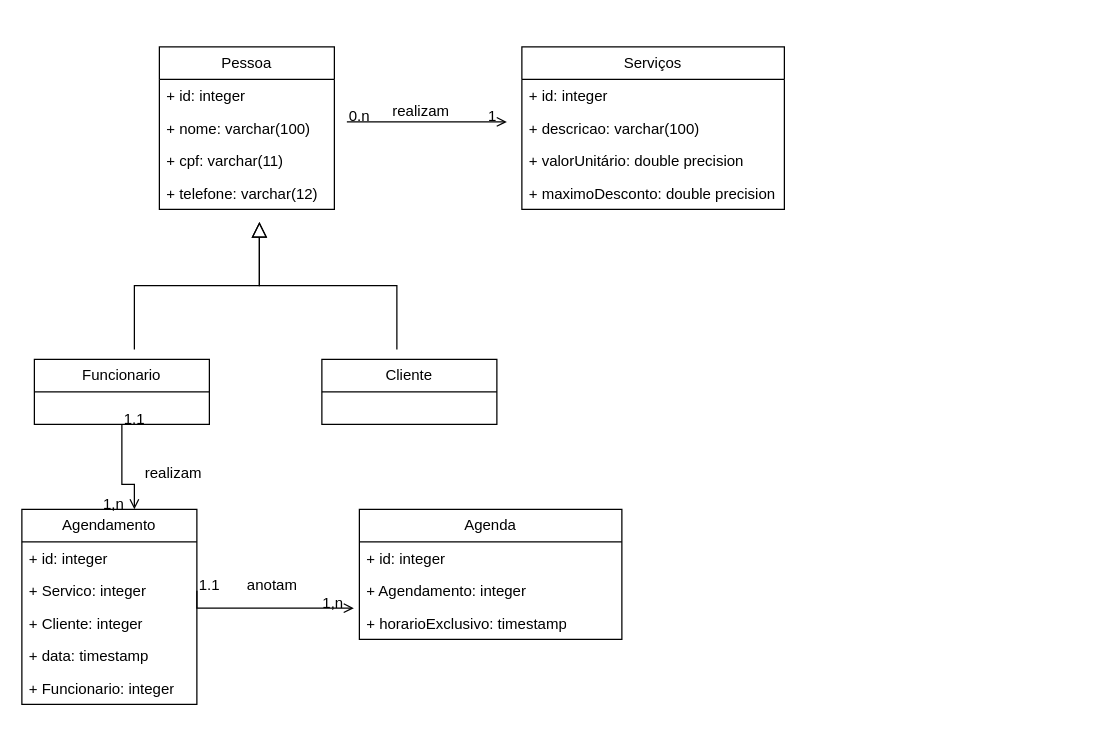
The draw.io diagram UMLSalaoBeleza.drawio in GabrieliBrandalise/ProjetoLPOOE1_GabrieliGranjaBrandalise, before the edit. Source tidied: cells renumbered, new cells numbered last; positions are measured from the earlier drawing's top-left corner, leaving out a move shared by most shapes. Both pictures are drawn from the tidied source at 125%, with x=0, y=0 at pixel (21, 46).
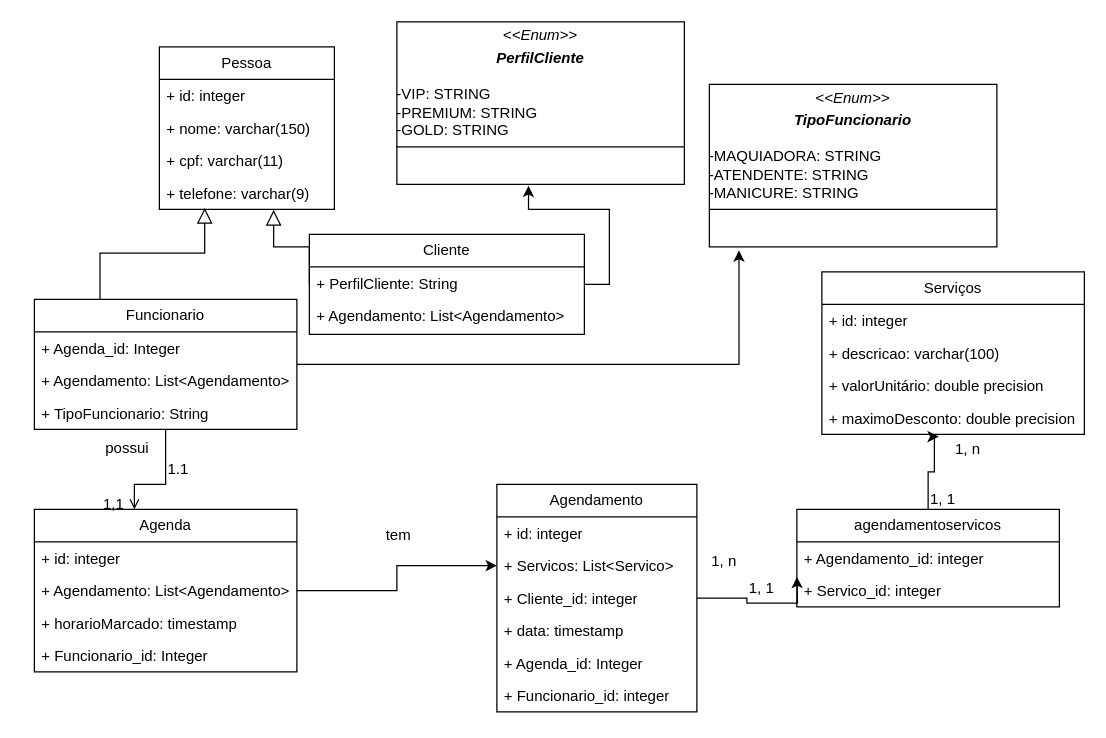
The same diagram, later.

The change refers to these unchanged cells:
```xml
<mxCell id="8" value="Pessoa" style="swimlane;fontStyle=0;horizontal=1;startSize=26;fillColor=none;whiteSpace=wrap;html=1;" parent="1" vertex="1">
  <mxGeometry x="110" width="140" height="130" as="geometry" />
</mxCell>
<mxCell id="29" value="+ maximoDesconto: double precision" style="text;strokeColor=none;fillColor=none;align=left;verticalAlign=top;spacingLeft=4;spacingRight=4;overflow=hidden;points=[[0,0.5],[1,0.5]];portConstraint=eastwest;whiteSpace=wrap;html=1;" parent="25" vertex="1">
  <mxGeometry y="104" width="210" height="26" as="geometry" />
</mxCell>
<mxCell id="30" style="endArrow=open;shadow=0;strokeWidth=1;rounded=0;curved=0;endFill=1;edgeStyle=elbowEdgeStyle;elbow=vertical;exitX=0.5;exitY=1;exitDx=0;exitDy=0;" parent="1" edge="1" source="13">
  <mxGeometry x="0.5" y="41" relative="1" as="geometry">
    <mxPoint x="90" y="370" as="targetPoint" />
    <Array as="points">
      <mxPoint x="90" y="350" />
    </Array>
    <mxPoint x="-40" y="32" as="offset" />
  </mxGeometry>
</mxCell>
```

Diff of the diagram source:
```diff
@@
-    <mxCell id="2" style="endArrow=block;endSize=10;endFill=0;shadow=0;strokeWidth=1;rounded=0;curved=0;edgeStyle=elbowEdgeStyle;elbow=vertical;" parent="1" edge="1">
-      <mxGeometry relative="1" as="geometry">
-        <mxPoint x="90" y="242" as="sourcePoint" />
-        <mxPoint x="190" y="140" as="targetPoint" />
-      </mxGeometry>
+    <mxCell id="2" style="endArrow=block;endSize=10;endFill=0;shadow=0;strokeWidth=1;rounded=0;curved=0;edgeStyle=elbowEdgeStyle;elbow=vertical;exitX=0.25;exitY=0;exitDx=0;exitDy=0;entryX=0.259;entryY=0.954;entryDx=0;entryDy=0;entryPerimeter=0;" parent="1" edge="1" source="13" target="12">
+      <mxGeometry relative="1" as="geometry" />
     </mxCell>
-    <mxCell id="3" style="endArrow=block;endSize=10;endFill=0;shadow=0;strokeWidth=1;rounded=0;curved=0;edgeStyle=elbowEdgeStyle;elbow=vertical;" parent="1" edge="1">
+    <mxCell id="3" style="endArrow=block;endSize=10;endFill=0;shadow=0;strokeWidth=1;rounded=0;curved=0;edgeStyle=elbowEdgeStyle;elbow=vertical;exitX=0;exitY=0.5;exitDx=0;exitDy=0;entryX=0.653;entryY=1.015;entryDx=0;entryDy=0;entryPerimeter=0;" parent="1" edge="1" source="14" target="12">
       <mxGeometry relative="1" as="geometry">
-        <mxPoint x="300" y="242" as="sourcePoint" />
-        <mxPoint x="190" y="140" as="targetPoint" />
+        <Array as="points">
+          <mxPoint x="200" y="160" />
+        </Array>
       </mxGeometry>
     </mxCell>
-    <mxCell id="4" style="endArrow=open;shadow=0;strokeWidth=1;rounded=0;curved=0;endFill=1;edgeStyle=elbowEdgeStyle;elbow=horizontal;" parent="1" edge="1">
-      <mxGeometry x="0.5" y="41" relative="1" as="geometry">
-        <mxPoint x="260" y="60" as="sourcePoint" />
-        <mxPoint x="388" y="60" as="targetPoint" />
-        <mxPoint x="-40" y="32" as="offset" />
-      </mxGeometry>
-    </mxCell>
-    <mxCell id="5" value="0.n" style="align=left;verticalAlign=bottom;labelBackgroundColor=none;fontSize=12;" parent="4" vertex="1">
-      <mxGeometry x="-1" relative="1" as="geometry">
-        <mxPoint y="4" as="offset" />
-      </mxGeometry>
-    </mxCell>
-    <mxCell id="6" value="1" style="align=right;verticalAlign=bottom;labelBackgroundColor=none;fontSize=12;" parent="4" vertex="1">
-      <mxGeometry x="1" relative="1" as="geometry">
-        <mxPoint x="-7" y="4" as="offset" />
-      </mxGeometry>
-    </mxCell>
-    <mxCell id="7" value="realizam" style="text;html=1;align=center;verticalAlign=middle;labelBackgroundColor=none;rounded=0;shadow=0;strokeWidth=1;fontSize=12;" parent="4" vertex="1">
-      <mxGeometry x="0.5" y="49" relative="1" as="geometry">
-        <mxPoint x="-38" y="40" as="offset" />
-      </mxGeometry>
-    </mxCell>
@@
-    <mxCell id="10" value="+ nome: varchar(100)" style="text;strokeColor=none;fillColor=none;align=left;verticalAlign=top;spacingLeft=4;spacingRight=4;overflow=hidden;whiteSpace=wrap;html=1;" parent="8" vertex="1">
+    <mxCell id="10" value="+ nome: varchar(150)" style="text;strokeColor=none;fillColor=none;align=left;verticalAlign=top;spacingLeft=4;spacingRight=4;overflow=hidden;whiteSpace=wrap;html=1;" parent="8" vertex="1">
       <mxGeometry y="52" width="140" height="26" as="geometry" />
     </mxCell>
@@
-    <mxCell id="12" value="+ telefone: varchar(12)" style="text;strokeColor=none;fillColor=none;align=left;verticalAlign=top;spacingLeft=4;spacingRight=4;overflow=hidden;points=[[0,0.5],[1,0.5]];portConstraint=eastwest;whiteSpace=wrap;html=1;" parent="8" vertex="1">
+    <mxCell id="12" value="+ telefone: varchar(9)" style="text;strokeColor=none;fillColor=none;align=left;verticalAlign=top;spacingLeft=4;spacingRight=4;overflow=hidden;points=[[0,0.5],[1,0.5]];portConstraint=eastwest;whiteSpace=wrap;html=1;" parent="8" vertex="1">
       <mxGeometry y="104" width="140" height="26" as="geometry" />
     </mxCell>
     <mxCell id="13" value="Funcionario" style="swimlane;fontStyle=0;horizontal=1;startSize=26;fillColor=none;whiteSpace=wrap;html=1;" parent="1" vertex="1">
-      <mxGeometry x="10" y="250" width="140" height="52" as="geometry" />
+      <mxGeometry x="10" y="202" width="210" height="104" as="geometry" />
     </mxCell>
+    <mxCell id="38" value="+ Agenda_id: Integer" style="text;strokeColor=none;fillColor=none;align=left;verticalAlign=top;spacingLeft=4;spacingRight=4;overflow=hidden;whiteSpace=wrap;html=1;" parent="13" vertex="1">
+      <mxGeometry y="26" width="210" height="26" as="geometry" />
+    </mxCell>
+    <mxCell id="39" value="+ Agendamento: List&amp;lt;Agendamento&amp;gt;" style="text;strokeColor=none;fillColor=none;align=left;verticalAlign=top;spacingLeft=4;spacingRight=4;overflow=hidden;whiteSpace=wrap;html=1;" parent="13" vertex="1">
+      <mxGeometry y="52" width="210" height="26" as="geometry" />
+    </mxCell>
+    <mxCell id="40" value="+ TipoFuncionario: String" style="text;strokeColor=none;fillColor=none;align=left;verticalAlign=top;spacingLeft=4;spacingRight=4;overflow=hidden;whiteSpace=wrap;html=1;" parent="13" vertex="1">
+      <mxGeometry y="78" width="210" height="26" as="geometry" />
+    </mxCell>
     <mxCell id="14" value="Cliente" style="swimlane;fontStyle=0;horizontal=1;startSize=26;fillColor=none;whiteSpace=wrap;html=1;" parent="1" vertex="1">
-      <mxGeometry x="240" y="250" width="140" height="52" as="geometry" />
+      <mxGeometry x="230" y="150" width="220" height="80" as="geometry" />
     </mxCell>
+    <mxCell id="41" value="+ PerfilCliente: String" style="text;strokeColor=none;fillColor=none;align=left;verticalAlign=top;spacingLeft=4;spacingRight=4;overflow=hidden;whiteSpace=wrap;html=1;" parent="14" vertex="1">
+      <mxGeometry y="26" width="220" height="26" as="geometry" />
+    </mxCell>
+    <mxCell id="42" value="+ Agendamento: List&amp;lt;Agendamento&amp;gt;" style="text;strokeColor=none;fillColor=none;align=left;verticalAlign=top;spacingLeft=4;spacingRight=4;overflow=hidden;whiteSpace=wrap;html=1;" parent="14" vertex="1">
+      <mxGeometry y="52" width="220" height="28" as="geometry" />
+    </mxCell>
     <mxCell id="15" value="Agendamento" style="swimlane;fontStyle=0;horizontal=1;startSize=26;fillColor=none;whiteSpace=wrap;html=1;" parent="1" vertex="1">
-      <mxGeometry y="370" width="140" height="156" as="geometry" />
+      <mxGeometry x="380" y="350" width="160" height="182" as="geometry" />
     </mxCell>
     <mxCell id="16" value="+ id: integer" style="text;strokeColor=none;fillColor=none;align=left;verticalAlign=top;spacingLeft=4;spacingRight=4;overflow=hidden;whiteSpace=wrap;html=1;" parent="15" vertex="1">
-      <mxGeometry y="26" width="140" height="26" as="geometry" />
+      <mxGeometry y="26" width="160" height="26" as="geometry" />
     </mxCell>
-    <mxCell id="17" value="+ Servico: integer" style="text;strokeColor=none;fillColor=none;align=left;verticalAlign=top;spacingLeft=4;spacingRight=4;overflow=hidden;points=[[0,0.5],[1,0.5]];portConstraint=eastwest;whiteSpace=wrap;html=1;" parent="15" vertex="1">
-      <mxGeometry y="52" width="140" height="26" as="geometry" />
+    <mxCell id="17" value="+ Servicos: List&amp;lt;Servico&amp;gt;" style="text;strokeColor=none;fillColor=none;align=left;verticalAlign=top;spacingLeft=4;spacingRight=4;overflow=hidden;points=[[0,0.5],[1,0.5]];portConstraint=eastwest;whiteSpace=wrap;html=1;" parent="15" vertex="1">
+      <mxGeometry y="52" width="160" height="26" as="geometry" />
     </mxCell>
-    <mxCell id="18" value="+ Cliente: integer" style="text;strokeColor=none;fillColor=none;align=left;verticalAlign=top;spacingLeft=4;spacingRight=4;overflow=hidden;points=[[0,0.5],[1,0.5]];portConstraint=eastwest;whiteSpace=wrap;html=1;" parent="15" vertex="1">
-      <mxGeometry y="78" width="140" height="26" as="geometry" />
+    <mxCell id="18" value="+ Cliente_id: integer" style="text;strokeColor=none;fillColor=none;align=left;verticalAlign=top;spacingLeft=4;spacingRight=4;overflow=hidden;points=[[0,0.5],[1,0.5]];portConstraint=eastwest;whiteSpace=wrap;html=1;" parent="15" vertex="1">
+      <mxGeometry y="78" width="160" height="26" as="geometry" />
     </mxCell>
     <mxCell id="19" value="+ data: timestamp" style="text;strokeColor=none;fillColor=none;align=left;verticalAlign=top;spacingLeft=4;spacingRight=4;overflow=hidden;whiteSpace=wrap;html=1;" parent="15" vertex="1">
-      <mxGeometry y="104" width="140" height="26" as="geometry" />
+      <mxGeometry y="104" width="160" height="26" as="geometry" />
     </mxCell>
+    <mxCell id="43" value="+ Agenda_id: Integer" style="text;strokeColor=none;fillColor=none;align=left;verticalAlign=top;spacingLeft=4;spacingRight=4;overflow=hidden;whiteSpace=wrap;html=1;" parent="15" vertex="1">
+      <mxGeometry y="130" width="160" height="26" as="geometry" />
+    </mxCell>
-    <mxCell id="20" value="+ Funcionario: integer" style="text;strokeColor=none;fillColor=none;align=left;verticalAlign=top;spacingLeft=4;spacingRight=4;overflow=hidden;whiteSpace=wrap;html=1;" parent="15" vertex="1">
-      <mxGeometry y="130" width="140" height="26" as="geometry" />
+    <mxCell id="20" value="+ Funcionario_id: integer" style="text;strokeColor=none;fillColor=none;align=left;verticalAlign=top;spacingLeft=4;spacingRight=4;overflow=hidden;whiteSpace=wrap;html=1;" parent="15" vertex="1">
+      <mxGeometry y="156" width="160" height="26" as="geometry" />
     </mxCell>
     <mxCell id="21" value="Agenda" style="swimlane;fontStyle=0;horizontal=1;startSize=26;fillColor=none;whiteSpace=wrap;html=1;" parent="1" vertex="1">
-      <mxGeometry x="270" y="370" width="210" height="104" as="geometry" />
+      <mxGeometry x="10" y="370" width="210" height="130" as="geometry" />
     </mxCell>
@@
-    <mxCell id="23" value="+ Agendamento: integer" style="text;strokeColor=none;fillColor=none;align=left;verticalAlign=top;spacingLeft=4;spacingRight=4;overflow=hidden;points=[[0,0.5],[1,0.5]];portConstraint=eastwest;whiteSpace=wrap;html=1;" parent="21" vertex="1">
+    <mxCell id="23" value="+ Agendamento: List&amp;lt;Agendamento&amp;gt;" style="text;strokeColor=none;fillColor=none;align=left;verticalAlign=top;spacingLeft=4;spacingRight=4;overflow=hidden;points=[[0,0.5],[1,0.5]];portConstraint=eastwest;whiteSpace=wrap;html=1;" parent="21" vertex="1">
       <mxGeometry y="52" width="210" height="26" as="geometry" />
     </mxCell>
-    <mxCell id="24" value="+ horarioExclusivo: timestamp" style="text;strokeColor=none;fillColor=none;align=left;verticalAlign=top;spacingLeft=4;spacingRight=4;overflow=hidden;whiteSpace=wrap;html=1;" parent="21" vertex="1">
+    <mxCell id="24" value="+ horarioMarcado: timestamp" style="text;strokeColor=none;fillColor=none;align=left;verticalAlign=top;spacingLeft=4;spacingRight=4;overflow=hidden;whiteSpace=wrap;html=1;" parent="21" vertex="1">
       <mxGeometry y="78" width="210" height="26" as="geometry" />
     </mxCell>
+    <mxCell id="44" value="+ Funcionario_id: Integer" style="text;strokeColor=none;fillColor=none;align=left;verticalAlign=top;spacingLeft=4;spacingRight=4;overflow=hidden;whiteSpace=wrap;html=1;" parent="21" vertex="1">
+      <mxGeometry y="104" width="210" height="26" as="geometry" />
+    </mxCell>
     <mxCell id="25" value="Serviços" style="swimlane;fontStyle=0;horizontal=1;startSize=26;fillColor=none;whiteSpace=wrap;html=1;" parent="1" vertex="1">
-      <mxGeometry x="400" width="210" height="130" as="geometry" />
+      <mxGeometry x="640" y="180" width="210" height="130" as="geometry" />
     </mxCell>
@@
     <mxCell id="31" value="1.1" style="align=left;verticalAlign=bottom;labelBackgroundColor=none;fontSize=12;" parent="30" vertex="1">
       <mxGeometry x="-1" relative="1" as="geometry">
-        <mxPoint y="4" as="offset" />
+        <mxPoint y="40" as="offset" />
       </mxGeometry>
     </mxCell>
-    <mxCell id="32" value="1,n" style="align=right;verticalAlign=bottom;labelBackgroundColor=none;fontSize=12;" parent="30" vertex="1">
+    <mxCell id="32" value="1,1" style="align=right;verticalAlign=bottom;labelBackgroundColor=none;fontSize=12;" parent="30" vertex="1">
       <mxGeometry x="1" relative="1" as="geometry">
         <mxPoint x="-7" y="4" as="offset" />
       </mxGeometry>
     </mxCell>
-    <mxCell id="33" value="realizam" style="text;html=1;align=center;verticalAlign=middle;labelBackgroundColor=none;rounded=0;shadow=0;strokeWidth=1;fontSize=12;" parent="30" vertex="1">
+    <mxCell id="33" value="possui" style="text;html=1;align=center;verticalAlign=middle;labelBackgroundColor=none;rounded=0;shadow=0;strokeWidth=1;fontSize=12;" parent="30" vertex="1">
       <mxGeometry x="0.5" y="49" relative="1" as="geometry">
-        <mxPoint x="-19" y="-11" as="offset" />
+        <mxPoint x="-9" y="-79" as="offset" />
       </mxGeometry>
     </mxCell>
-    <mxCell id="34" style="endArrow=open;shadow=0;strokeWidth=1;rounded=0;curved=0;endFill=1;edgeStyle=elbowEdgeStyle;elbow=vertical;exitX=1;exitY=0.5;exitDx=0;exitDy=0;entryX=-0.021;entryY=1.062;entryDx=0;entryDy=0;entryPerimeter=0;" parent="1" edge="1" source="17" target="23">
-      <mxGeometry x="0.5" y="41" relative="1" as="geometry">
-        <Array as="points">
-          <mxPoint x="185" y="449" />
-        </Array>
-        <mxPoint x="-40" y="32" as="offset" />
-      </mxGeometry>
-    </mxCell>
-    <mxCell id="35" value="1.1" style="align=left;verticalAlign=bottom;labelBackgroundColor=none;fontSize=12;" parent="34" vertex="1">
-      <mxGeometry x="-1" relative="1" as="geometry">
-        <mxPoint y="4" as="offset" />
-      </mxGeometry>
-    </mxCell>
-    <mxCell id="36" value="1,n" style="align=right;verticalAlign=bottom;labelBackgroundColor=none;fontSize=12;" parent="34" vertex="1">
-      <mxGeometry x="1" relative="1" as="geometry">
-        <mxPoint x="-7" y="4" as="offset" />
-      </mxGeometry>
-    </mxCell>
-    <mxCell id="37" value="anotam" style="text;html=1;align=center;verticalAlign=middle;labelBackgroundColor=none;rounded=0;shadow=0;strokeWidth=1;fontSize=12;" parent="34" vertex="1">
-      <mxGeometry x="0.5" y="49" relative="1" as="geometry">
-        <mxPoint x="-32" y="30" as="offset" />
-      </mxGeometry>
-    </mxCell>
+    <mxCell id="45" value="&lt;p style=&quot;margin:0px;margin-top:4px;text-align:center;&quot;&gt;&lt;i&gt;&amp;lt;&amp;lt;Enum&amp;gt;&amp;gt;&lt;/i&gt;&lt;/p&gt;&lt;p style=&quot;margin:0px;margin-top:4px;text-align:center;&quot;&gt;&lt;i&gt;&lt;b&gt;TipoFuncionario&lt;/b&gt;&lt;/i&gt;&lt;br&gt;&lt;/p&gt;&lt;p style=&quot;margin:0px;margin-left:4px;&quot;&gt;&lt;/p&gt;&lt;br&gt;-MAQUIADORA: STRING&lt;div&gt;-ATENDENTE: STRING&lt;/div&gt;&lt;div&gt;-MANICURE: STRING&lt;br&gt;&lt;hr size=&quot;1&quot; style=&quot;border-style:solid;&quot;&gt;&lt;p style=&quot;margin:0px;margin-left:4px;&quot;&gt;&lt;br&gt;&lt;br&gt;&lt;/p&gt;&lt;/div&gt;" style="verticalAlign=top;align=left;overflow=fill;html=1;whiteSpace=wrap;" parent="1" vertex="1">
+      <mxGeometry x="550" y="30" width="230" height="130" as="geometry" />
+    </mxCell>
+    <mxCell id="46" style="edgeStyle=orthogonalEdgeStyle;rounded=0;jettySize=auto;html=1;exitX=1;exitY=0.5;exitDx=0;exitDy=0;entryX=0.103;entryY=1.022;entryDx=0;entryDy=0;entryPerimeter=0;" parent="1" edge="1" source="13" target="45">
+      <mxGeometry relative="1" as="geometry" />
+    </mxCell>
+    <mxCell id="47" value="&lt;p style=&quot;margin:0px;margin-top:4px;text-align:center;&quot;&gt;&lt;i&gt;&amp;lt;&amp;lt;Enum&amp;gt;&amp;gt;&lt;/i&gt;&lt;/p&gt;&lt;p style=&quot;margin:0px;margin-top:4px;text-align:center;&quot;&gt;&lt;b&gt;&lt;i&gt;PerfilCliente&lt;/i&gt;&lt;/b&gt;&lt;/p&gt;&lt;p style=&quot;margin:0px;margin-left:4px;&quot;&gt;&lt;/p&gt;&lt;br&gt;-VIP: STRING&lt;div&gt;-PREMIUM: STRING&lt;/div&gt;&lt;div&gt;-GOLD: STRING&lt;br&gt;&lt;hr size=&quot;1&quot; style=&quot;border-style:solid;&quot;&gt;&lt;p style=&quot;margin:0px;margin-left:4px;&quot;&gt;&lt;br&gt;&lt;br&gt;&lt;/p&gt;&lt;/div&gt;" style="verticalAlign=top;align=left;overflow=fill;html=1;whiteSpace=wrap;" parent="1" vertex="1">
+      <mxGeometry x="300" y="-20" width="230" height="130" as="geometry" />
+    </mxCell>
+    <mxCell id="48" style="edgeStyle=orthogonalEdgeStyle;rounded=0;jettySize=auto;html=1;exitX=1;exitY=0.5;exitDx=0;exitDy=0;entryX=0.458;entryY=1.009;entryDx=0;entryDy=0;entryPerimeter=0;" parent="1" edge="1" source="14" target="47">
+      <mxGeometry relative="1" as="geometry" />
+    </mxCell>
+    <mxCell id="49" style="edgeStyle=orthogonalEdgeStyle;rounded=0;jettySize=auto;html=1;exitX=1;exitY=0.5;exitDx=0;exitDy=0;entryX=0;entryY=0.5;entryDx=0;entryDy=0;" parent="1" edge="1" source="23" target="17">
+      <mxGeometry relative="1" as="geometry" />
+    </mxCell>
+    <mxCell id="50" value="tem" style="text;html=1;align=center;verticalAlign=middle;labelBackgroundColor=none;rounded=0;shadow=0;strokeWidth=1;fontSize=12;" parent="1" vertex="1">
+      <mxGeometry x="300" y="390" as="geometry" />
+    </mxCell>
+    <mxCell id="51" value="agendamentoservicos" style="swimlane;fontStyle=0;horizontal=1;startSize=26;fillColor=none;whiteSpace=wrap;html=1;" parent="1" vertex="1">
+      <mxGeometry x="620" y="370" width="210" height="78" as="geometry" />
+    </mxCell>
+    <mxCell id="52" value="+ Agendamento_id: integer" style="text;strokeColor=none;fillColor=none;align=left;verticalAlign=top;spacingLeft=4;spacingRight=4;overflow=hidden;whiteSpace=wrap;html=1;" parent="51" vertex="1">
+      <mxGeometry y="26" width="210" height="26" as="geometry" />
+    </mxCell>
+    <mxCell id="53" value="+ Servico_id: integer" style="text;strokeColor=none;fillColor=none;align=left;verticalAlign=top;spacingLeft=4;spacingRight=4;overflow=hidden;whiteSpace=wrap;html=1;" parent="51" vertex="1">
+      <mxGeometry y="52" width="210" height="26" as="geometry" />
+    </mxCell>
+    <mxCell id="54" style="edgeStyle=orthogonalEdgeStyle;rounded=0;jettySize=auto;html=1;exitX=1;exitY=0.5;exitDx=0;exitDy=0;entryX=0;entryY=0.077;entryDx=0;entryDy=0;entryPerimeter=0;" parent="1" edge="1" source="18">
+      <mxGeometry relative="1" as="geometry">
+        <mxPoint x="620" y="424" as="targetPoint" />
+      </mxGeometry>
+    </mxCell>
+    <mxCell id="55" style="edgeStyle=orthogonalEdgeStyle;rounded=0;jettySize=auto;html=1;exitX=0.5;exitY=0;exitDx=0;exitDy=0;entryX=0.445;entryY=1.069;entryDx=0;entryDy=0;entryPerimeter=0;" parent="1" edge="1" source="51" target="29">
+      <mxGeometry relative="1" as="geometry">
+        <Array as="points">
+          <mxPoint x="725" y="340" />
+          <mxPoint x="730" y="340" />
+          <mxPoint x="730" y="312" />
+        </Array>
+      </mxGeometry>
+    </mxCell>
+    <mxCell id="56" value="1, n" style="align=left;verticalAlign=bottom;labelBackgroundColor=none;fontSize=12;" parent="1" vertex="1">
+      <mxGeometry x="550" y="420" as="geometry" />
+    </mxCell>
+    <mxCell id="57" value="1, 1" style="align=left;verticalAlign=bottom;labelBackgroundColor=none;fontSize=12;" parent="1" vertex="1">
+      <mxGeometry x="725" y="370" as="geometry" />
+    </mxCell>
+    <mxCell id="58" value="1, n" style="align=left;verticalAlign=bottom;labelBackgroundColor=none;fontSize=12;" parent="1" vertex="1">
+      <mxGeometry x="745" y="330" as="geometry" />
+    </mxCell>
+    <mxCell id="59" value="1, 1" style="align=left;verticalAlign=bottom;labelBackgroundColor=none;fontSize=12;" parent="1" vertex="1">
+      <mxGeometry x="580" y="441" as="geometry" />
+    </mxCell>
```
